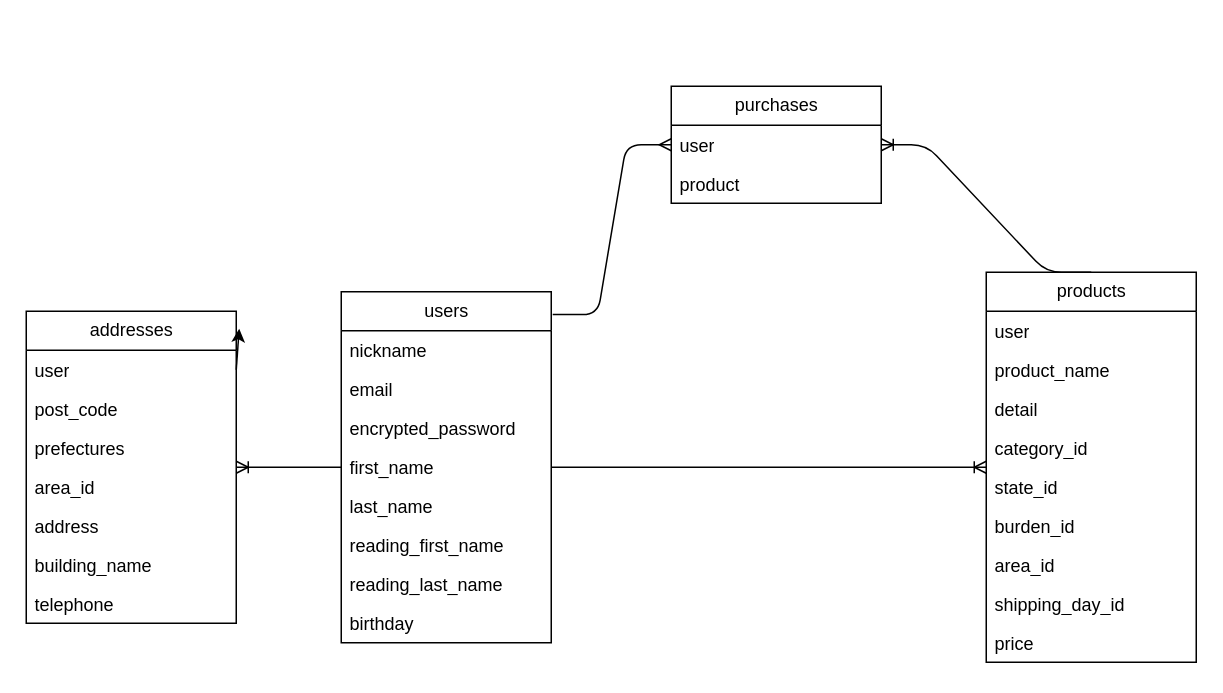
Before: ER.dio in someno-kaede/furima-39613, a draw.io diagram. Source tidied: cells renumbered, new cells numbered last; positions are measured from the earlier drawing's top-left corner, leaving out a move shared by most shapes. Both pictures are drawn from the tidied source at 150%, with x=0, y=0 at pixel (26, 86).
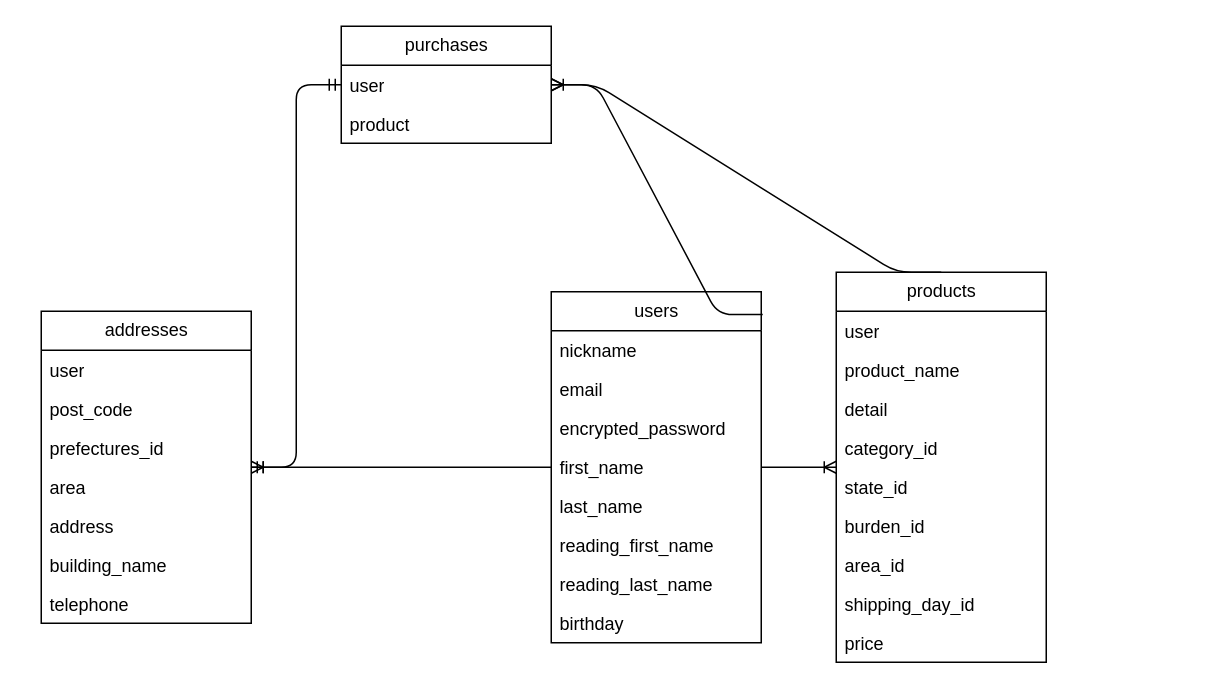
The same page after the edit.

Unchanged cells that the change refers to:
```xml
<mxCell id="26" value="user" style="text;strokeColor=none;fillColor=none;align=left;verticalAlign=top;spacingLeft=4;spacingRight=4;overflow=hidden;points=[[0,0.5],[1,0.5]];portConstraint=eastwest;whiteSpace=wrap;html=1;" parent="24" vertex="1">
  <mxGeometry y="26" width="140" height="26" as="geometry" />
</mxCell>
```

Change to the diagram source:
```diff
@@
     <mxCell id="2" value="users" style="swimlane;fontStyle=0;horizontal=1;startSize=26;fillColor=none;html=1;" parent="1" vertex="1">
-      <mxGeometry x="210" y="137" width="140" height="234" as="geometry" />
+      <mxGeometry x="350" y="137" width="140" height="234" as="geometry" />
     </mxCell>
@@
     <mxCell id="11" value="products" style="swimlane;fontStyle=0;horizontal=1;startSize=26;fillColor=none;html=1;" parent="1" vertex="1">
-      <mxGeometry x="640" y="124" width="140" height="260" as="geometry" />
+      <mxGeometry x="540" y="124" width="140" height="260" as="geometry" />
     </mxCell>
@@
     <mxCell id="21" value="purchases" style="swimlane;fontStyle=0;horizontal=1;startSize=26;fillColor=none;html=1;" parent="1" vertex="1">
-      <mxGeometry x="430" width="140" height="78" as="geometry" />
+      <mxGeometry x="210" y="-40" width="140" height="78" as="geometry" />
     </mxCell>
@@
     <mxCell id="24" value="addresses" style="swimlane;fontStyle=0;horizontal=1;startSize=26;fillColor=none;html=1;" parent="1" vertex="1">
-      <mxGeometry y="150" width="140" height="208" as="geometry" />
+      <mxGeometry x="10" y="150" width="140" height="208" as="geometry" />
     </mxCell>
-    <mxCell id="25" style="edgeStyle=none;html=1;exitX=1;exitY=0.5;exitDx=0;exitDy=0;entryX=1.014;entryY=0.056;entryDx=0;entryDy=0;entryPerimeter=0;" parent="24" edge="1" source="26" target="24">
-      <mxGeometry relative="1" as="geometry" />
-    </mxCell>
@@
-    <mxCell id="28" value="prefectures" style="text;strokeColor=none;fillColor=none;align=left;verticalAlign=top;spacingLeft=4;spacingRight=4;overflow=hidden;whiteSpace=wrap;html=1;" parent="24" vertex="1">
+    <mxCell id="28" value="prefectures_id" style="text;strokeColor=none;fillColor=none;align=left;verticalAlign=top;spacingLeft=4;spacingRight=4;overflow=hidden;whiteSpace=wrap;html=1;" parent="24" vertex="1">
       <mxGeometry y="78" width="140" height="26" as="geometry" />
     </mxCell>
-    <mxCell id="29" value="area_id" style="text;strokeColor=none;fillColor=none;align=left;verticalAlign=top;spacingLeft=4;spacingRight=4;overflow=hidden;whiteSpace=wrap;html=1;" parent="24" vertex="1">
+    <mxCell id="29" value="area" style="text;strokeColor=none;fillColor=none;align=left;verticalAlign=top;spacingLeft=4;spacingRight=4;overflow=hidden;whiteSpace=wrap;html=1;" parent="24" vertex="1">
       <mxGeometry y="104" width="140" height="26" as="geometry" />
     </mxCell>
@@
+    <mxCell id="37" style="edgeStyle=entityRelationEdgeStyle;fontSize=12;html=1;endArrow=ERmandOne;startArrow=ERmandOne;" parent="1" edge="1" source="24" target="21">
+      <mxGeometry relative="1" as="geometry" />
+    </mxCell>
```
